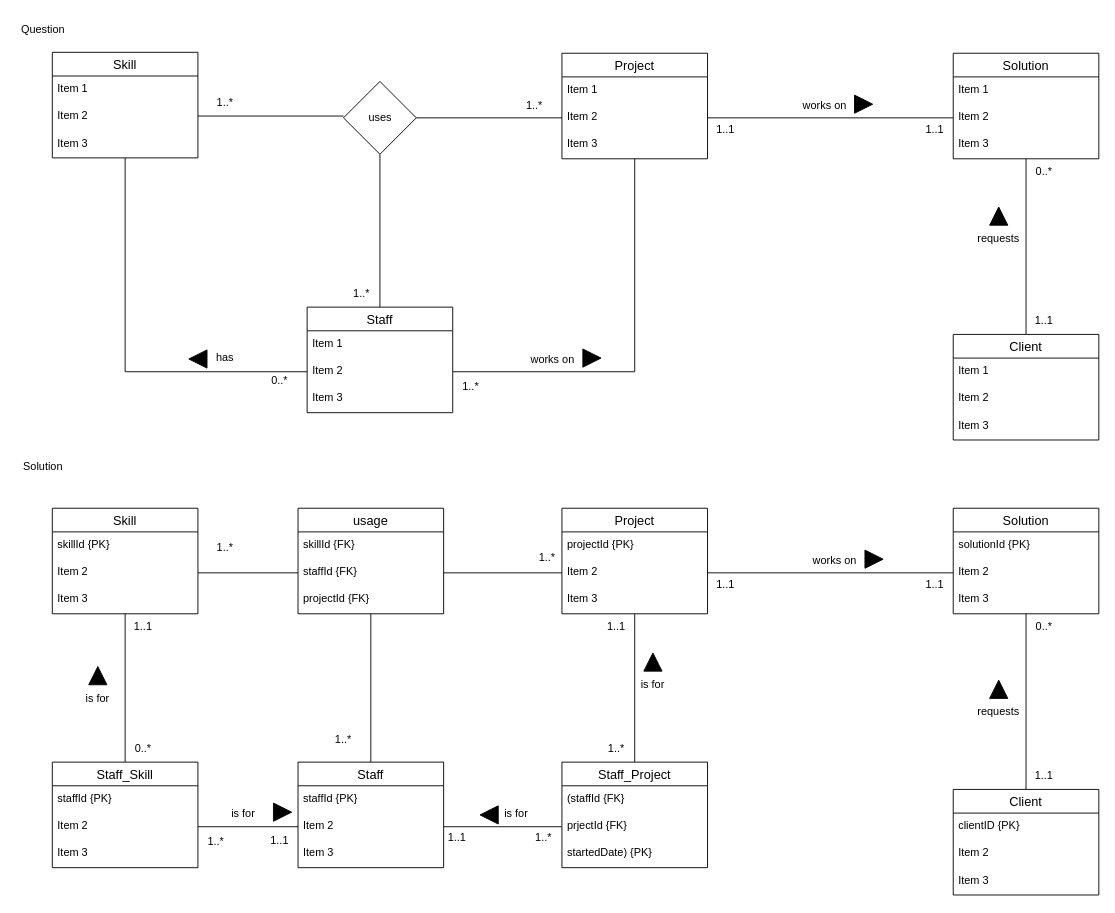
Before: page "Redo" (2 of 3) of Tutorial 4/Tutorial4_Exercise1 .drawio in ChitharaKarunasekera/DatabaseSystemsTutorials, a draw.io diagram. Source tidied: cells renumbered, new cells numbered last; positions are measured from the earlier drawing's top-left corner, leaving out a move shared by most shapes. Both pictures are drawn from the tidied source at 91%, with x=0, y=0 at pixel (15, 15).
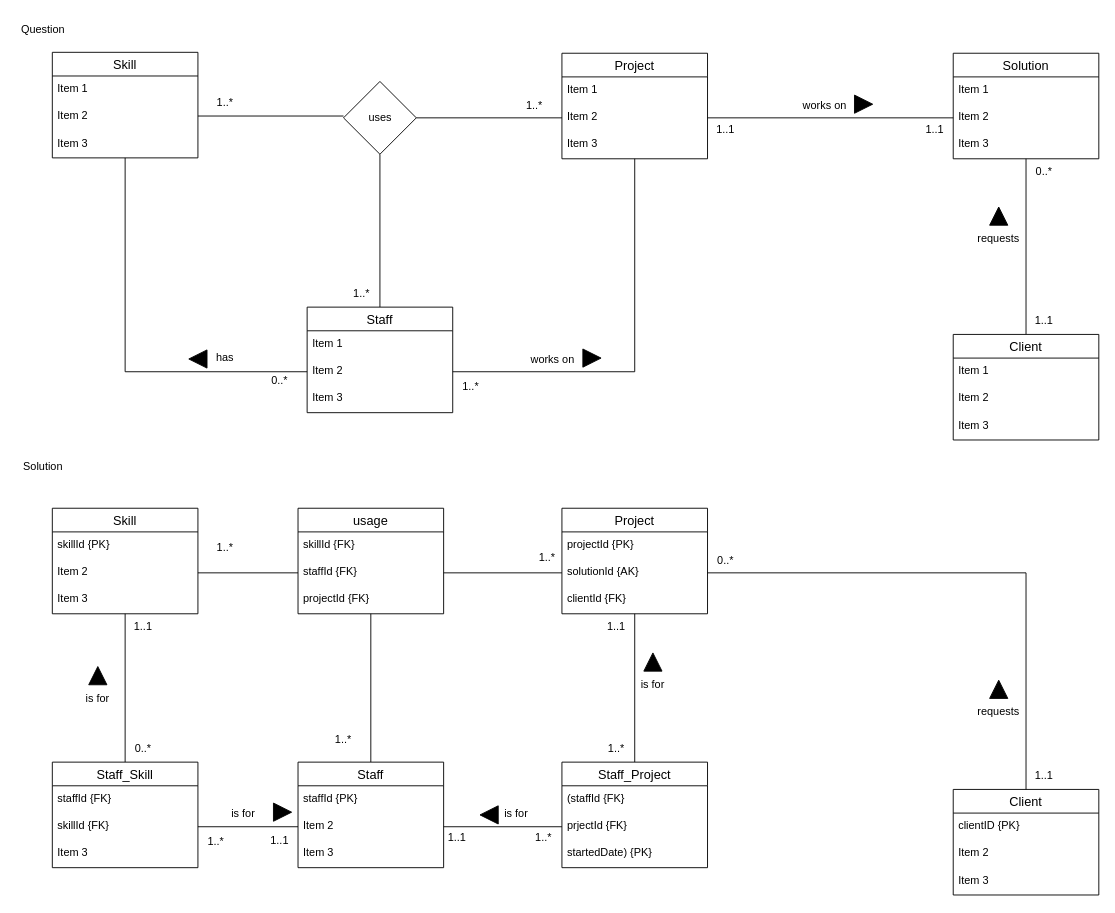
After the change.

Commit message:
model answer Ex1

The change refers to these unchanged cells:
```xml
<mxCell id="42" value="Project" style="swimlane;fontStyle=0;horizontal=1;startSize=26;align=center;fontSize=14;" parent="1" vertex="1">
  <mxGeometry x="600" y="541" width="160" height="116" as="geometry" />
</mxCell>
<mxCell id="56" value="Client" style="swimlane;fontStyle=0;horizontal=1;startSize=26;align=center;fontSize=14;" parent="1" vertex="1">
  <mxGeometry x="1030" y="850" width="160" height="116" as="geometry" />
</mxCell>
<mxCell id="105" value="Staff_Skill" style="swimlane;fontStyle=0;horizontal=1;startSize=26;align=center;fontSize=14;" parent="1" vertex="1">
  <mxGeometry x="40" y="820" width="160" height="116" as="geometry" />
</mxCell>
```

Diff of the diagram source:
```diff
@@
-    <mxCell id="44" value="Item 2" style="text;strokeColor=none;fillColor=none;spacingLeft=4;spacingRight=4;overflow=hidden;points=[[0,0.5],[1,0.5]];portConstraint=eastwest;fontSize=12;" parent="42" vertex="1">
+    <mxCell id="44" value="solutionId {AK}" style="text;strokeColor=none;fillColor=none;spacingLeft=4;spacingRight=4;overflow=hidden;points=[[0,0.5],[1,0.5]];portConstraint=eastwest;fontSize=12;" parent="42" vertex="1">
       <mxGeometry y="56" width="160" height="30" as="geometry" />
     </mxCell>
-    <mxCell id="45" value="Item 3" style="text;strokeColor=none;fillColor=none;spacingLeft=4;spacingRight=4;overflow=hidden;fontSize=12;" parent="42" vertex="1">
+    <mxCell id="45" value="clientId {FK}" style="text;strokeColor=none;fillColor=none;spacingLeft=4;spacingRight=4;overflow=hidden;fontSize=12;" parent="42" vertex="1">
       <mxGeometry y="86" width="160" height="30" as="geometry" />
     </mxCell>
-    <mxCell id="46" style="edgeStyle=orthogonalEdgeStyle;rounded=0;jettySize=auto;html=1;entryX=0.5;entryY=0;entryDx=0;entryDy=0;endArrow=none;endFill=0;" parent="1" edge="1" source="47" target="56">
-      <mxGeometry relative="1" as="geometry" />
-    </mxCell>
-    <mxCell id="47" value="Solution" style="swimlane;fontStyle=0;horizontal=1;startSize=26;align=center;fontSize=14;" parent="1" vertex="1">
-      <mxGeometry x="1030" y="541" width="160" height="116" as="geometry" />
-    </mxCell>
-    <mxCell id="48" value="solutionId {PK}" style="text;strokeColor=none;fillColor=none;spacingLeft=4;spacingRight=4;overflow=hidden;fontSize=12;" parent="47" vertex="1">
-      <mxGeometry y="26" width="160" height="30" as="geometry" />
-    </mxCell>
-    <mxCell id="49" value="Item 2" style="text;strokeColor=none;fillColor=none;spacingLeft=4;spacingRight=4;overflow=hidden;points=[[0,0.5],[1,0.5]];portConstraint=eastwest;fontSize=12;" parent="47" vertex="1">
-      <mxGeometry y="56" width="160" height="30" as="geometry" />
-    </mxCell>
-    <mxCell id="50" value="Item 3" style="text;strokeColor=none;fillColor=none;spacingLeft=4;spacingRight=4;overflow=hidden;fontSize=12;" parent="47" vertex="1">
-      <mxGeometry y="86" width="160" height="30" as="geometry" />
-    </mxCell>
@@
-    <mxCell id="60" style="edgeStyle=orthogonalEdgeStyle;rounded=0;jettySize=auto;html=1;endArrow=none;endFill=0;" parent="1" edge="1" source="44" target="49">
-      <mxGeometry relative="1" as="geometry" />
-    </mxCell>
@@
-    <mxCell id="64" value="1..1" style="text;html=1;strokeColor=none;fillColor=none;align=center;verticalAlign=middle;whiteSpace=wrap;rounded=0;" parent="1" vertex="1">
-      <mxGeometry x="750" y="610" width="60" height="30" as="geometry" />
-    </mxCell>
-    <mxCell id="65" value="1..1" style="text;html=1;strokeColor=none;fillColor=none;align=center;verticalAlign=middle;whiteSpace=wrap;rounded=0;" parent="1" vertex="1">
-      <mxGeometry x="980" y="610" width="60" height="30" as="geometry" />
-    </mxCell>
@@
     <mxCell id="67" value="0..*" style="text;html=1;strokeColor=none;fillColor=none;align=center;verticalAlign=middle;whiteSpace=wrap;rounded=0;" parent="1" vertex="1">
-      <mxGeometry x="1100" y="656" width="60" height="30" as="geometry" />
+      <mxGeometry x="750" y="584" width="60" height="30" as="geometry" />
     </mxCell>
@@
-    <mxCell id="78" value="works on" style="text;html=1;strokeColor=none;fillColor=none;align=center;verticalAlign=middle;whiteSpace=wrap;rounded=0;" parent="1" vertex="1">
-      <mxGeometry x="870" y="584" width="60" height="30" as="geometry" />
-    </mxCell>
-    <mxCell id="79" style="triangle;whiteSpace=wrap;html=1;fillColor=#000000;" parent="1" vertex="1">
-      <mxGeometry x="933" y="587" width="20" height="20" as="geometry" />
-    </mxCell>
@@
-    <mxCell id="106" value="staffId {PK}" style="text;strokeColor=none;fillColor=none;spacingLeft=4;spacingRight=4;overflow=hidden;fontSize=12;" parent="105" vertex="1">
+    <mxCell id="106" value="staffId {FK}" style="text;strokeColor=none;fillColor=none;spacingLeft=4;spacingRight=4;overflow=hidden;fontSize=12;" parent="105" vertex="1">
       <mxGeometry y="26" width="160" height="30" as="geometry" />
     </mxCell>
-    <mxCell id="107" value="Item 2" style="text;strokeColor=none;fillColor=none;spacingLeft=4;spacingRight=4;overflow=hidden;points=[[0,0.5],[1,0.5]];portConstraint=eastwest;fontSize=12;" parent="105" vertex="1">
+    <mxCell id="107" value="skillId {FK}" style="text;strokeColor=none;fillColor=none;spacingLeft=4;spacingRight=4;overflow=hidden;points=[[0,0.5],[1,0.5]];portConstraint=eastwest;fontSize=12;" parent="105" vertex="1">
       <mxGeometry y="56" width="160" height="30" as="geometry" />
     </mxCell>
@@
+    <mxCell id="118" style="edgeStyle=orthogonalEdgeStyle;rounded=0;jettySize=auto;html=1;endArrow=none;endFill=0;" parent="1" edge="1" source="44" target="56">
+      <mxGeometry relative="1" as="geometry" />
+    </mxCell>
```
